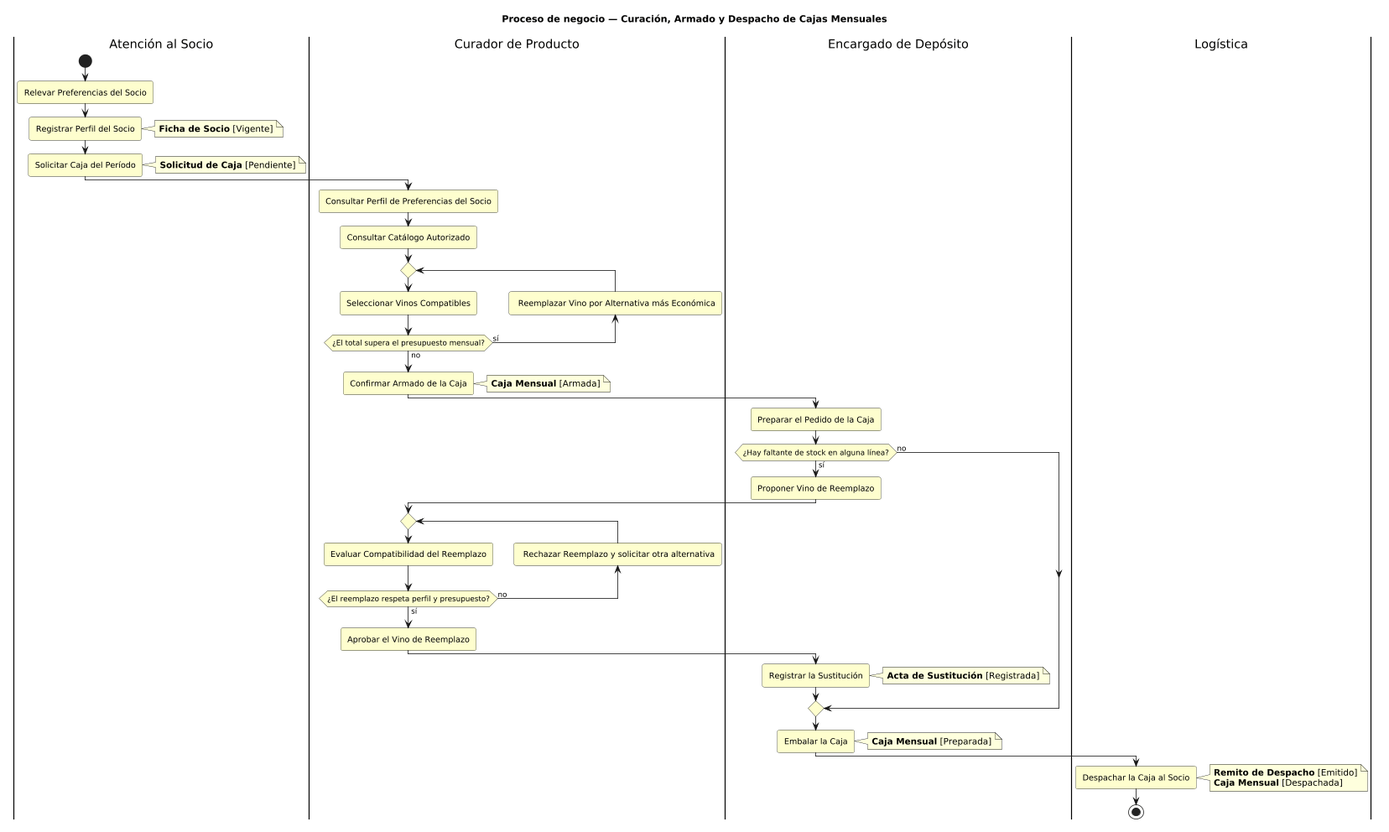
Above: DIAGRAMAS/DiagramaActividad_CuracionCajas.png in Jesifu/club-de-vinos-td (PlantUML), before the change.
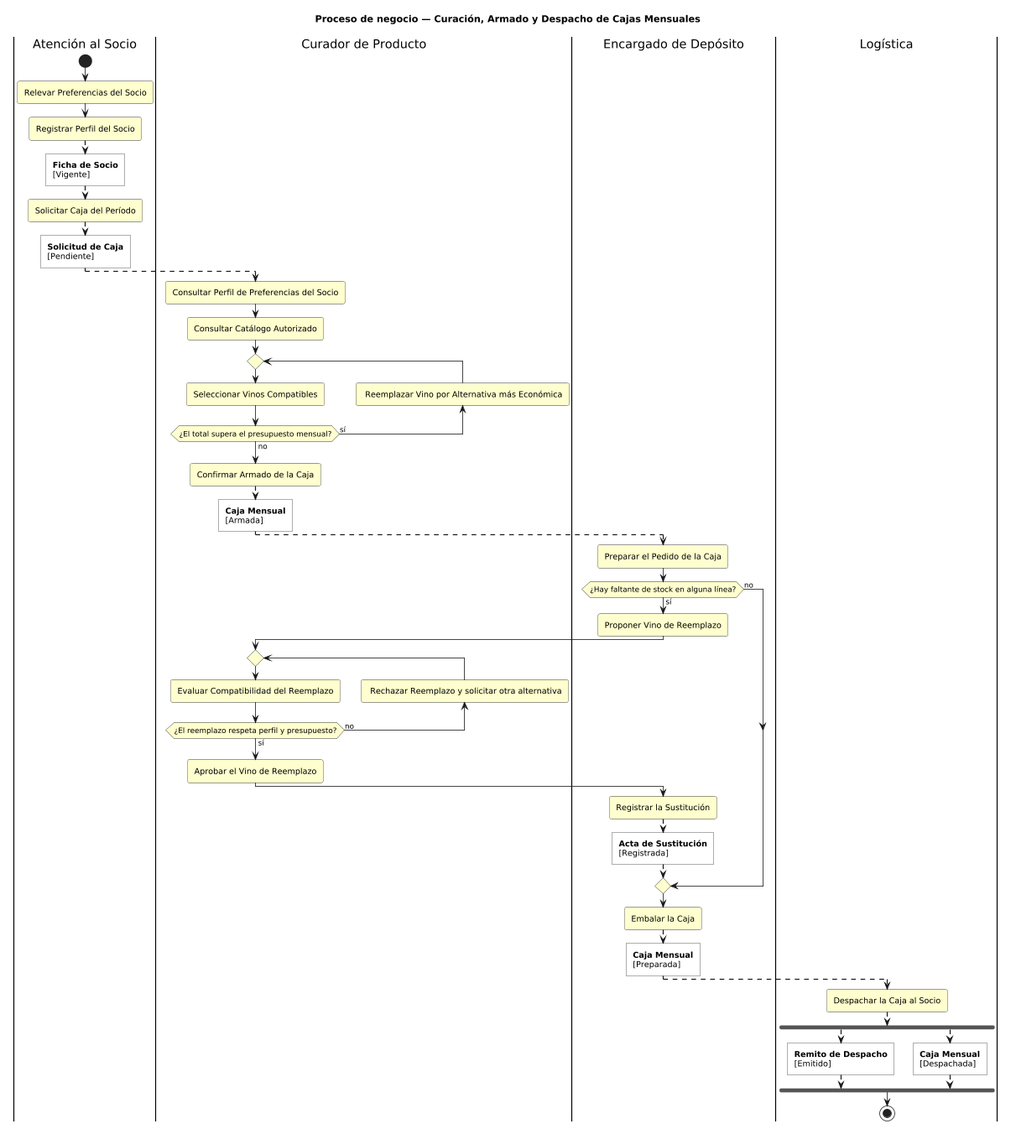
After the change.

Change to the diagram source:
```diff
@@ -4,9 +4,12 @@
 
 skinparam shadowing false
 skinparam roundcorner 6
+skinparam roundcorner<<doc>> 0
 skinparam activity {
   BackgroundColor #FEFECE
   BorderColor #33342E
+  BackgroundColor<<doc>> #FFFFFF
+  BorderColor<<doc>> #33342E
 }
 skinparam partition {
   BorderColor #666666
@@ -18,9 +21,15 @@
 start
 :Relevar Preferencias del Socio;
 :Registrar Perfil del Socio;
-note right: **Ficha de Socio** [Vigente]
+-[dashed]->
+:**Ficha de Socio**
+[Vigente]; <<doc>>
+-[dashed]->
 :Solicitar Caja del Período;
-note right: **Solicitud de Caja** [Pendiente]
+-[dashed]->
+:**Solicitud de Caja**
+[Pendiente]; <<doc>>
+-[dashed]->
 
 |Curador de Producto|
 :Consultar Perfil de Preferencias del Socio;
@@ -30,7 +39,10 @@
 backward: Reemplazar Vino por Alternativa más Económica;
 repeat while (¿El total supera el presupuesto mensual?) is (sí) not (no)
 :Confirmar Armado de la Caja;
-note right: **Caja Mensual** [Armada]
+-[dashed]->
+:**Caja Mensual**
+[Armada]; <<doc>>
+-[dashed]->
 
 |Encargado de Depósito|
 :Preparar el Pedido de la Caja;
@@ -46,15 +58,32 @@
 
   |Encargado de Depósito|
   :Registrar la Sustitución;
-  note right: **Acta de Sustitución** [Registrada]
+  -[dashed]->
+  :**Acta de Sustitución**
+[Registrada]; <<doc>>
+  -[dashed]->
 else (no)
 endif
 :Embalar la Caja;
-note right: **Caja Mensual** [Preparada]
+-[dashed]->
+:**Caja Mensual**
+[Preparada]; <<doc>>
+-[dashed]->
 
 |Logística|
 :Despachar la Caja al Socio;
-note right: **Remito de Despacho** [Emitido]\n**Caja Mensual** [Despachada]
+-[dashed]->
+fork
+  -[dashed]->
+  :**Remito de Despacho**
+[Emitido]; <<doc>>
+  -[dashed]->
+fork again
+  -[dashed]->
+  :**Caja Mensual**
+[Despachada]; <<doc>>
+  -[dashed]->
+end fork
 stop
 
 @enduml
```
